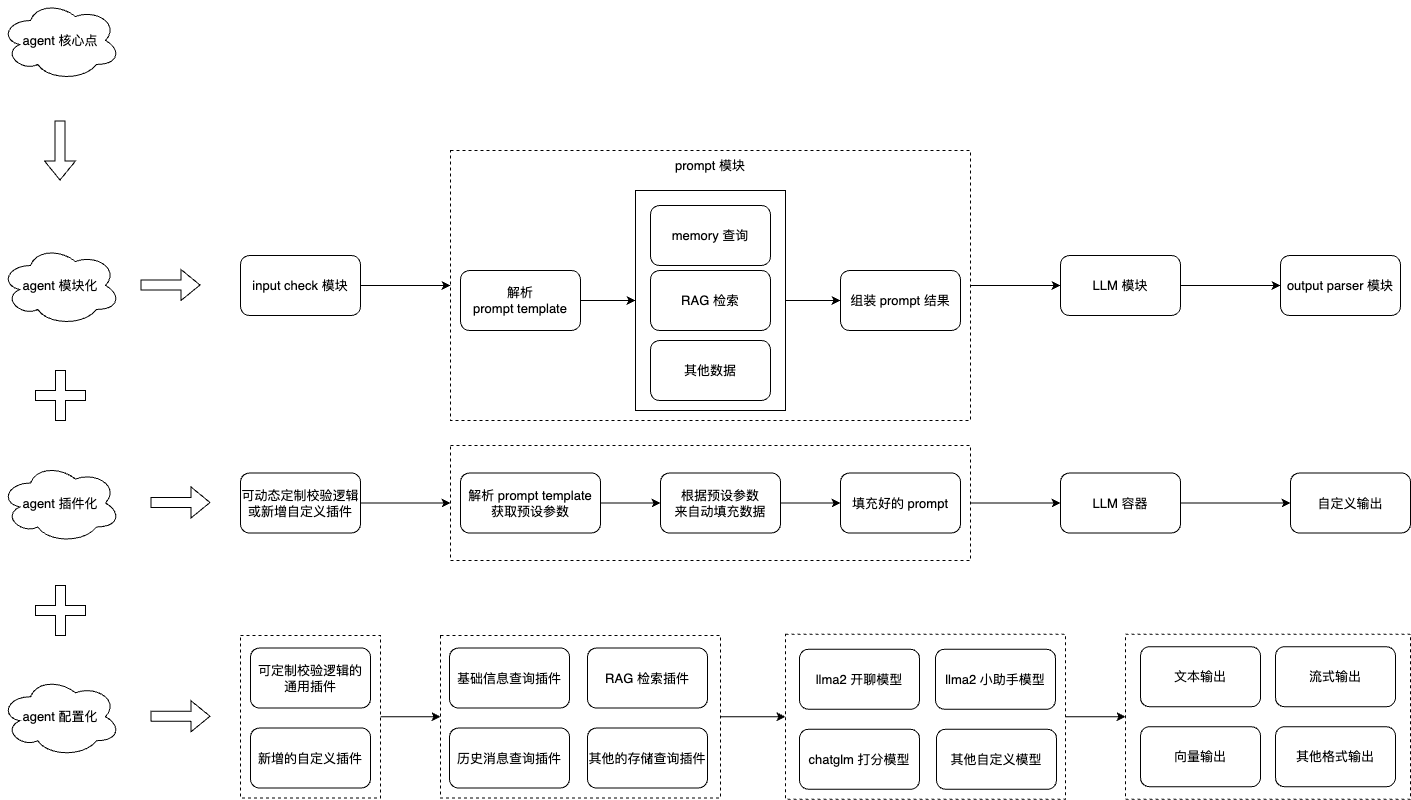
This is 大模型应用之agent流程图.png from liujunao/draw-data, a draw.io export, as it was before one commit. Source tidied: cells renumbered, new cells last; positions are measured from the earlier drawing's top-left corner, leaving out a move shared by most shapes.
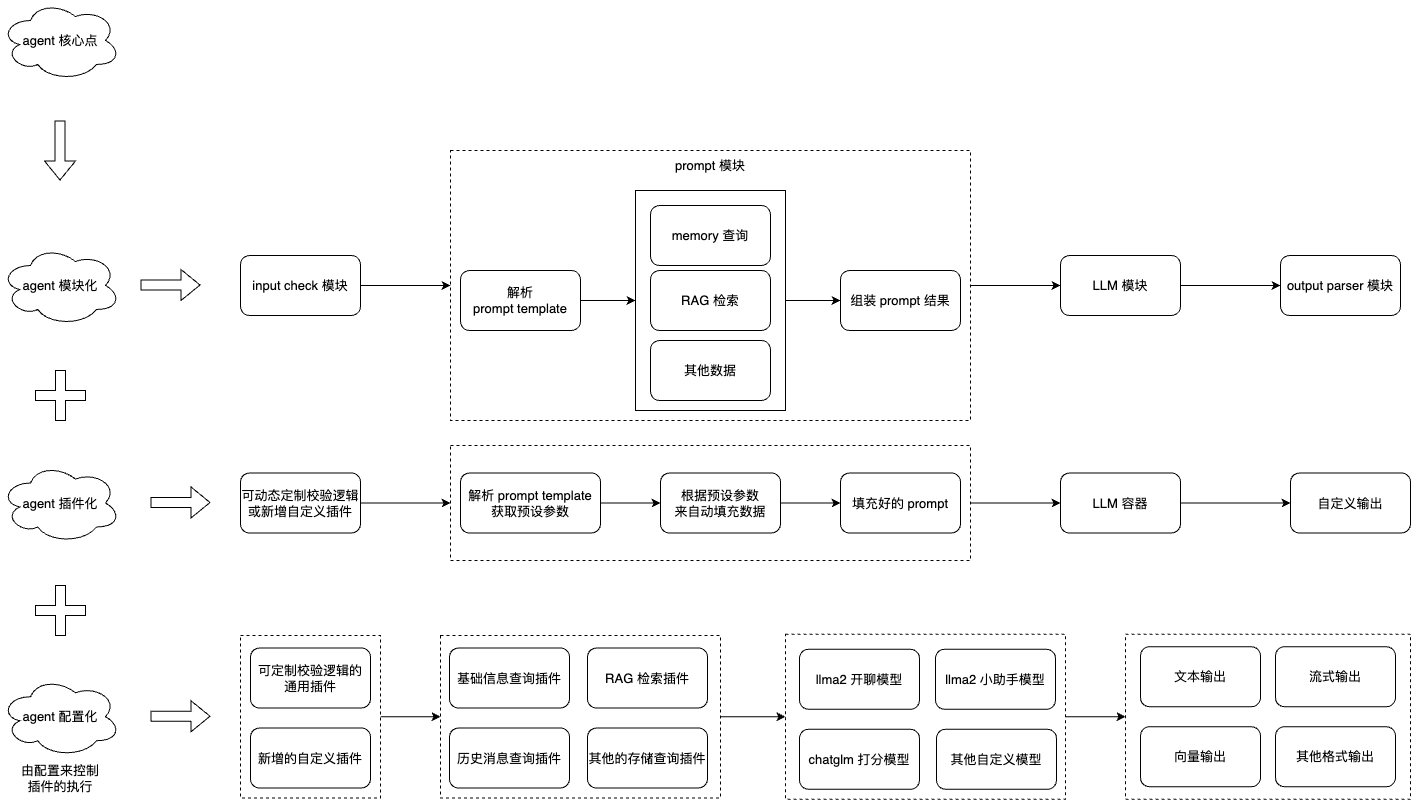
Later version of the same file.

Commit message:
更新大模型应用之agent流程图.png

The edit, as a diff of the source:
```diff
@@ -191,5 +191,8 @@
     <mxCell id="60" style="shape=cross;whiteSpace=wrap;html=1;" parent="1" vertex="1">
       <mxGeometry x="35" y="585" width="50" height="50" as="geometry" />
     </mxCell>
+    <mxCell id="61" value="由配置来控制插件的执行" style="text;html=1;align=center;verticalAlign=middle;whiteSpace=wrap;rounded=0;" parent="1" vertex="1">
+      <mxGeometry x="15" y="756.2" width="90" height="43.8" as="geometry" />
+    </mxCell>
   </root>
 </mxGraphModel>
```
